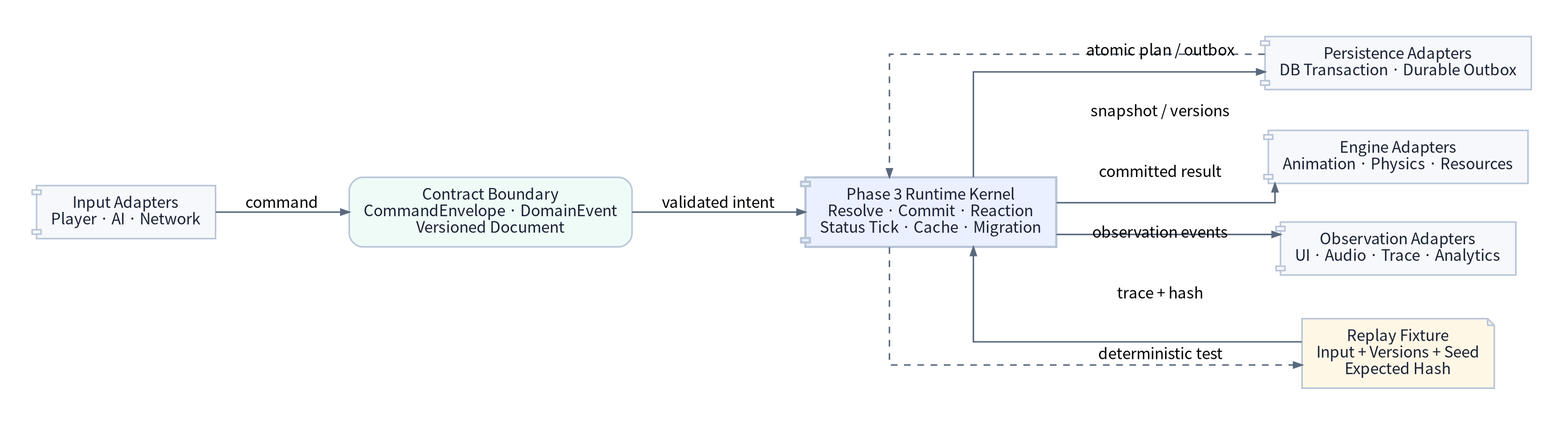
Earlier version of the Graphviz export assets/diagrams/39_runtime_ports_and_adapters.png (JY-LemongO/game-system-framework-knowledge-site). Its source is kept beside it as source/diagrams/39_runtime_ports_and_adapters.dot. Its diagram source:
```dot
digraph G {
  graph [fontname="Noto Sans CJK KR", bgcolor="#ffffff", margin=0.12, pad=0.34, ranksep=0.74, nodesep=0.48, splines=ortho];
  node [fontname="Noto Sans CJK KR", shape=box, style="rounded,filled", color="#b8c5d8", penwidth=1.4, fillcolor="#ffffff", fontcolor="#182033", margin="0.18,0.13"];
  edge [fontname="Noto Sans CJK KR", color="#59687e", arrowsize=0.75, penwidth=1.35];
  rankdir=LR;

  Input [shape=component, fillcolor="#f7f8fb", label="Input Adapters\nPlayer · AI · Network"];
  Storage [shape=component, fillcolor="#f7f8fb", label="Persistence Adapters\nDB Transaction · Durable Outbox"];
  Engine [shape=component, fillcolor="#f7f8fb", label="Engine Adapters\nAnimation · Physics · Resources"];
  Telemetry [shape=component, fillcolor="#f7f8fb", label="Observation Adapters\nUI · Audio · Trace · Analytics"];

  Contracts [fillcolor="#eefbf6", label="Contract Boundary\nCommandEnvelope · DomainEvent\nVersioned Document"];
  Kernel [shape=component, fillcolor="#eaf0ff", penwidth=2.0, label="Phase 3 Runtime Kernel\nResolve · Commit · Reaction\nStatus Tick · Cache · Migration"];
  Replay [shape=note, fillcolor="#fff7e6", label="Replay Fixture\nInput + Versions + Seed\nExpected Hash"];

  Input -> Contracts [label="command"];
  Contracts -> Kernel [label="validated intent"];
  Kernel -> Storage [label="atomic plan / outbox"];
  Storage -> Kernel [style=dashed, label="snapshot / versions"];
  Kernel -> Engine [label="committed result"];
  Kernel -> Telemetry [label="observation events"];
  Replay -> Kernel [label="deterministic test"];
  Kernel -> Replay [style=dashed, label="trace + hash"];
}
```
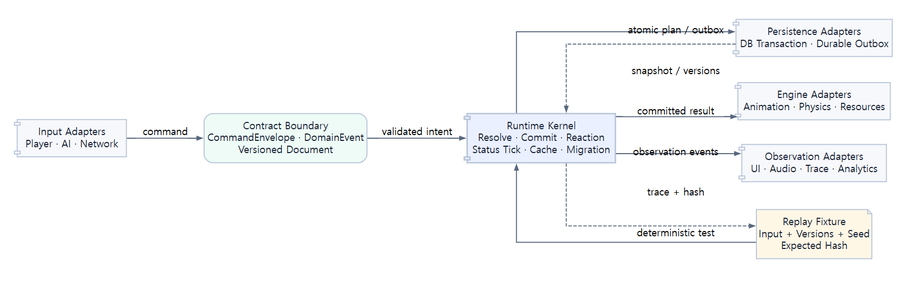
After the commit.

Change to the diagram source:
```diff
@@ -10,7 +10,7 @@
   Telemetry [shape=component, fillcolor="#f7f8fb", label="Observation Adapters\nUI · Audio · Trace · Analytics"];
 
   Contracts [fillcolor="#eefbf6", label="Contract Boundary\nCommandEnvelope · DomainEvent\nVersioned Document"];
-  Kernel [shape=component, fillcolor="#eaf0ff", penwidth=2.0, label="Phase 3 Runtime Kernel\nResolve · Commit · Reaction\nStatus Tick · Cache · Migration"];
+  Kernel [shape=component, fillcolor="#eaf0ff", penwidth=2.0, label="Runtime Kernel\nResolve · Commit · Reaction\nStatus Tick · Cache · Migration"];
   Replay [shape=note, fillcolor="#fff7e6", label="Replay Fixture\nInput + Versions + Seed\nExpected Hash"];
 
   Input -> Contracts [label="command"];
```
